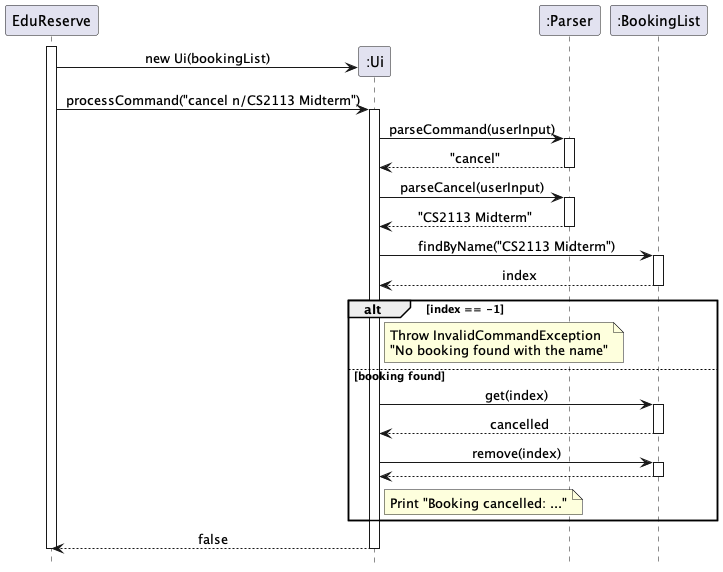
Before: docs/UMLDiagrams/CancelCommandSequenceDiagram.png, a diagram exported from PlantUML (AY2627S1-CS2113-W14-2/tp).
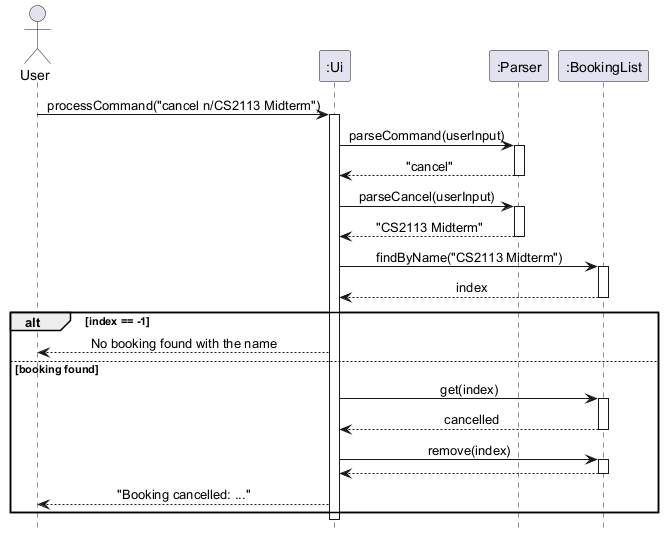
After the commit.

Change to the diagram source:
```diff
@@ -2,16 +2,14 @@
 skinparam sequenceMessageAlign center
 hide footbox
 
-participant "EduReserve" as App
+actor User
 
-activate App
-create participant ":Ui" as UI
-App -> UI: new Ui(bookingList)
+participant ":Ui" as UI
 
 participant ":Parser" as Parser
 participant ":BookingList" as Bookings
 
-App -> UI: processCommand("cancel n/CS2113 Midterm")
+User -> UI: processCommand("cancel n/CS2113 Midterm")
 activate UI
 
 UI -> Parser: parseCommand(userInput)
@@ -30,10 +28,7 @@
 deactivate Bookings
 
 alt index == -1
-    note right of UI
-        Throw InvalidCommandException
-        "No booking found with the name"
-    end note
+    UI --> User: No booking found with the name
 else booking found
     UI -> Bookings: get(index)
     activate Bookings
@@ -45,12 +40,8 @@
     Bookings --> UI
     deactivate Bookings
 
-    note right of UI
-        Print "Booking cancelled: ..."
-    end note
+    UI --> User: "Booking cancelled: ..."
 end
 
-UI --> App: false
 deactivate UI
-deactivate App
 @enduml
```
